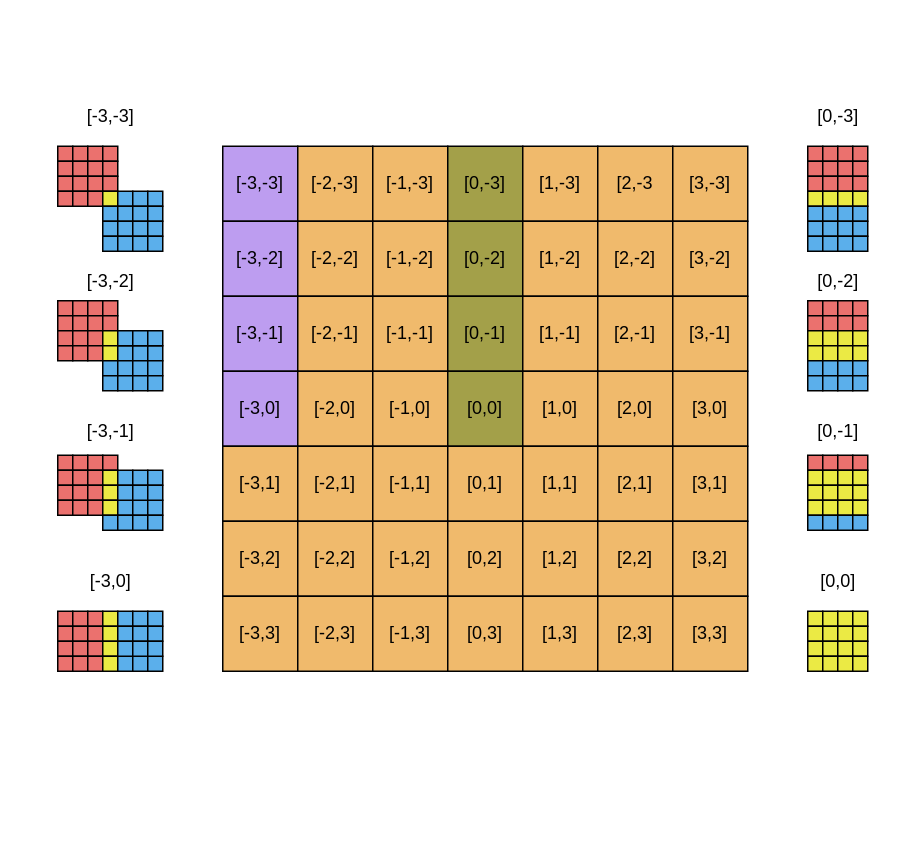
This is page "Multirow" (12 of 29) of en/img/overlap.drawio from MK4H/DPText, a draw.io file, before an edit. Source tidied: cells renumbered, new cells numbered last; positions are measured from the earlier drawing's top-left corner, leaving out a move shared by most shapes. Both pictures are drawn from the tidied source at 150%, with x=0, y=0 at pixel (57, 100).
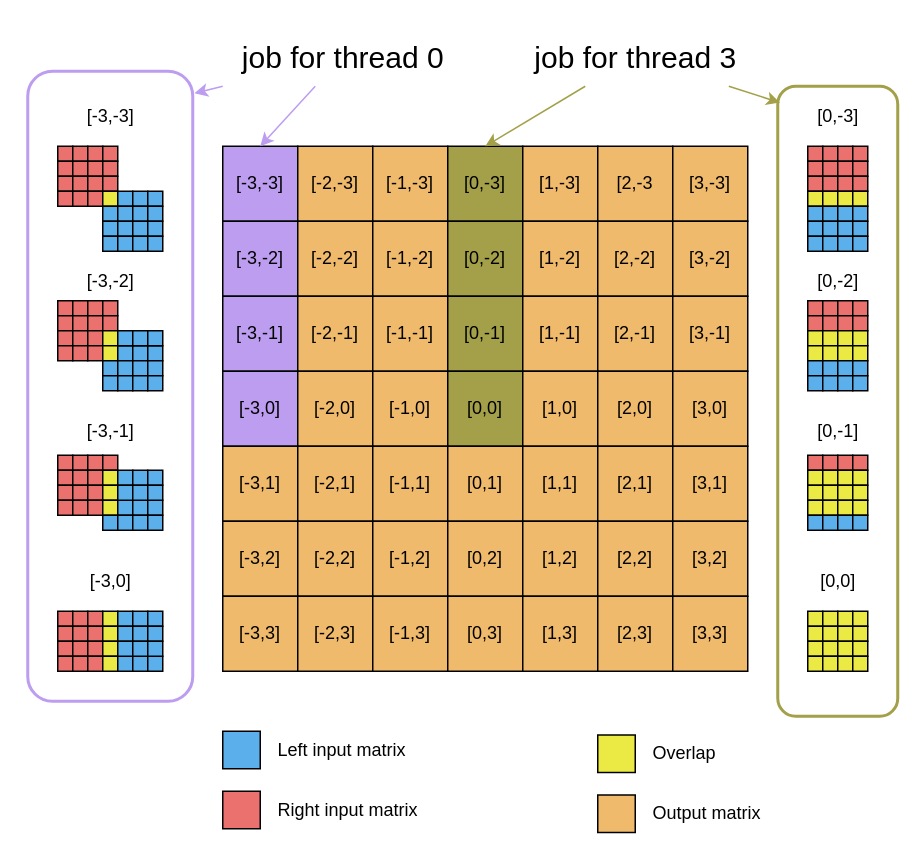
Above is the later version.

Unchanged cells that the change refers to:
```xml
<mxCell id="2" value="[-3,-3]" style="rounded=0;whiteSpace=wrap;html=1;fillColor=#BD9DF0;" parent="1" vertex="1">
  <mxGeometry x="110" y="30" width="50" height="50" as="geometry" />
</mxCell>
<mxCell id="5" value="[0,-3]" style="rounded=0;whiteSpace=wrap;html=1;fillColor=#A3A049;" parent="1" vertex="1">
  <mxGeometry x="260" y="30" width="50" height="50" as="geometry" />
</mxCell>
```

Diff of the diagram source:
```diff
@@
+    <mxCell id="273" style="rounded=0;whiteSpace=wrap;html=1;fillColor=#5BAFEB;" parent="1" vertex="1">
+      <mxGeometry x="110" y="420" width="25" height="25" as="geometry" />
+    </mxCell>
+    <mxCell id="274" style="rounded=0;whiteSpace=wrap;html=1;fillColor=#EB716E;" parent="1" vertex="1">
+      <mxGeometry x="110" y="460" width="25" height="25" as="geometry" />
+    </mxCell>
+    <mxCell id="275" style="rounded=0;whiteSpace=wrap;html=1;fillColor=#EBEA44;" parent="1" vertex="1">
+      <mxGeometry x="360" y="422.5" width="25" height="25" as="geometry" />
+    </mxCell>
+    <mxCell id="276" value="Left input matrix" style="text;html=1;align=left;verticalAlign=middle;strokeColor=none;fillColor=none;" parent="1" vertex="1">
+      <mxGeometry x="145" y="422.5" width="100" height="20" as="geometry" />
+    </mxCell>
+    <mxCell id="277" value="Right input matrix" style="text;html=1;align=left;verticalAlign=middle;strokeColor=none;fillColor=none;" parent="1" vertex="1">
+      <mxGeometry x="145" y="462.5" width="110" height="20" as="geometry" />
+    </mxCell>
+    <mxCell id="278" value="Overlap" style="text;html=1;align=left;verticalAlign=middle;strokeColor=none;fillColor=none;" parent="1" vertex="1">
+      <mxGeometry x="395" y="425" width="60" height="20" as="geometry" />
+    </mxCell>
+    <mxCell id="279" style="rounded=0;whiteSpace=wrap;html=1;fillColor=#F0BA6C;" parent="1" vertex="1">
+      <mxGeometry x="360" y="462.5" width="25" height="25" as="geometry" />
+    </mxCell>
+    <mxCell id="280" value="Output matrix" style="text;html=1;align=left;verticalAlign=middle;strokeColor=none;fillColor=none;" parent="1" vertex="1">
+      <mxGeometry x="395" y="465" width="90" height="20" as="geometry" />
+    </mxCell>
+    <mxCell id="281" style="rounded=1;whiteSpace=wrap;html=1;fillColor=none;strokeWidth=2;strokeColor=#BD9DF0;" parent="1" vertex="1">
+      <mxGeometry x="-20" y="-20" width="110" height="420" as="geometry" />
+    </mxCell>
+    <mxCell id="282" style="rounded=1;whiteSpace=wrap;html=1;fillColor=none;strokeWidth=2;strokeColor=#A3A049;" parent="1" vertex="1">
+      <mxGeometry x="480" y="-10" width="80" height="420" as="geometry" />
+    </mxCell>
+    <mxCell id="283" value="job for thread 0" style="text;html=1;align=center;verticalAlign=middle;points=[];strokeColor=none;fillColor=none;fontSize=20;spacing=5;" parent="1" vertex="1">
+      <mxGeometry x="110" y="-50" width="160" height="40" as="geometry" />
+    </mxCell>
+    <mxCell id="284" value="job for thread 3" style="text;html=1;align=center;verticalAlign=middle;points=[];strokeColor=none;fillColor=none;fontSize=20;spacing=5;" parent="1" vertex="1">
+      <mxGeometry x="305" y="-50" width="160" height="40" as="geometry" />
+    </mxCell>
+    <mxCell id="285" style="endArrow=classic;html=1;rounded=0;entryX=1.01;entryY=0.035;entryDx=0;entryDy=0;entryPerimeter=0;strokeColor=#BD9DF0;" parent="1" edge="1" source="283" target="281">
+      <mxGeometry relative="1" as="geometry" />
+    </mxCell>
+    <mxCell id="286" style="endArrow=classic;html=1;rounded=0;entryX=0.5;entryY=0;entryDx=0;entryDy=0;strokeColor=#BD9DF0;" parent="1" edge="1" source="283" target="2">
+      <mxGeometry relative="1" as="geometry" />
+    </mxCell>
+    <mxCell id="287" style="endArrow=classic;html=1;rounded=0;fontSize=20;strokeColor=#A3A049;entryX=0.018;entryY=0.026;entryDx=0;entryDy=0;entryPerimeter=0;" parent="1" edge="1" source="284" target="282">
+      <mxGeometry relative="1" as="geometry" />
+    </mxCell>
+    <mxCell id="288" style="endArrow=classic;html=1;rounded=0;fontSize=20;strokeColor=#A3A049;entryX=0.5;entryY=0;entryDx=0;entryDy=0;" parent="1" edge="1" source="284" target="5">
+      <mxGeometry relative="1" as="geometry" />
+    </mxCell>
```
